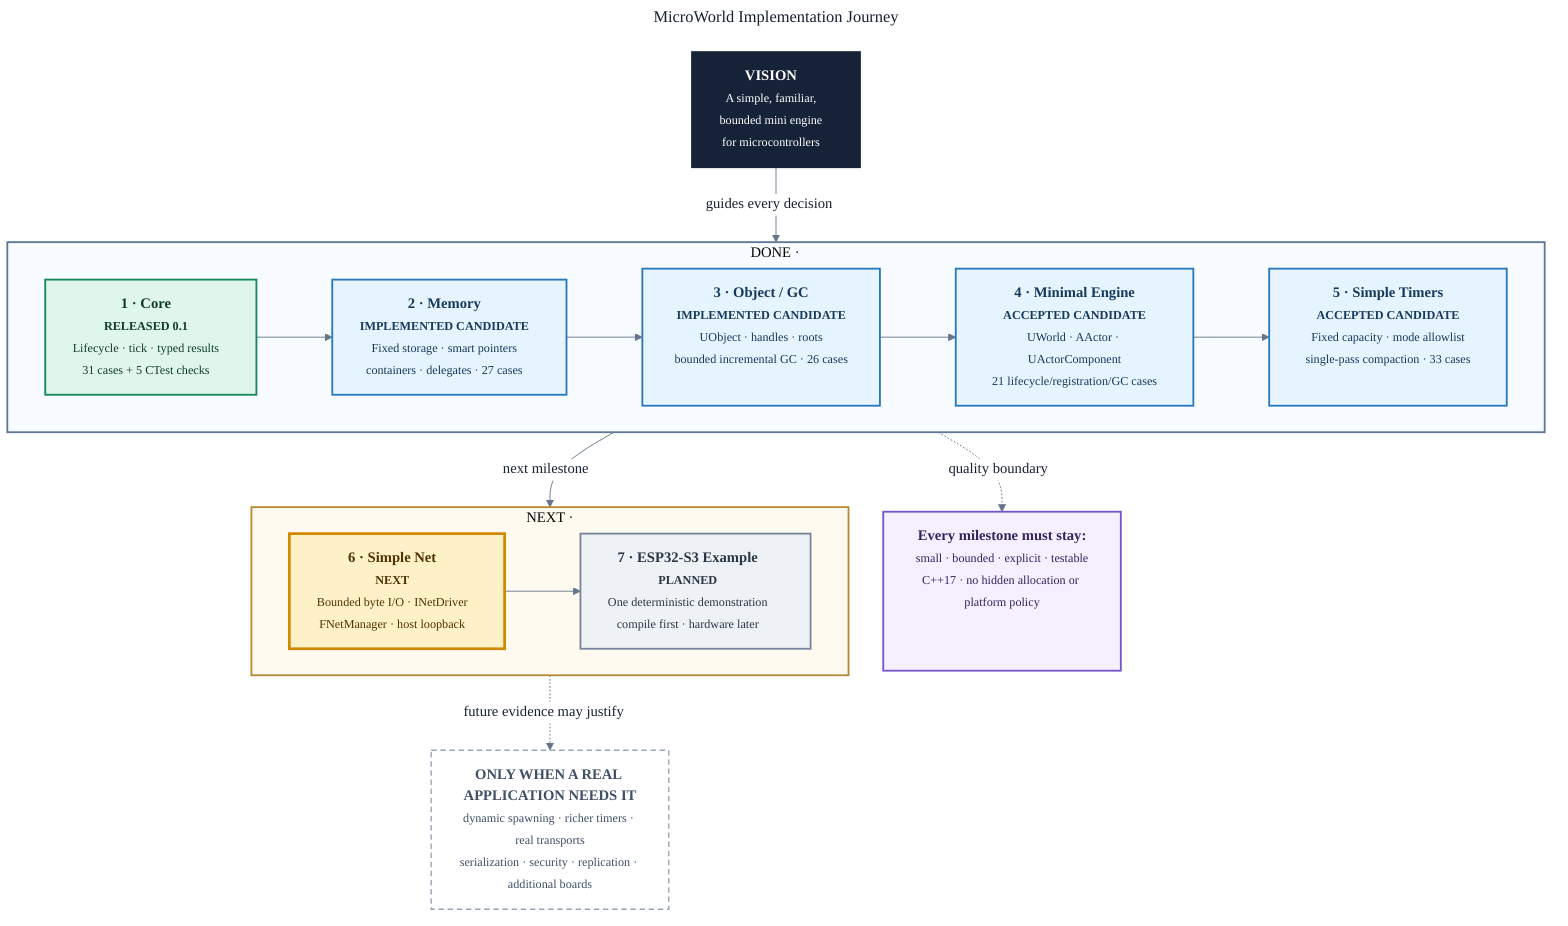
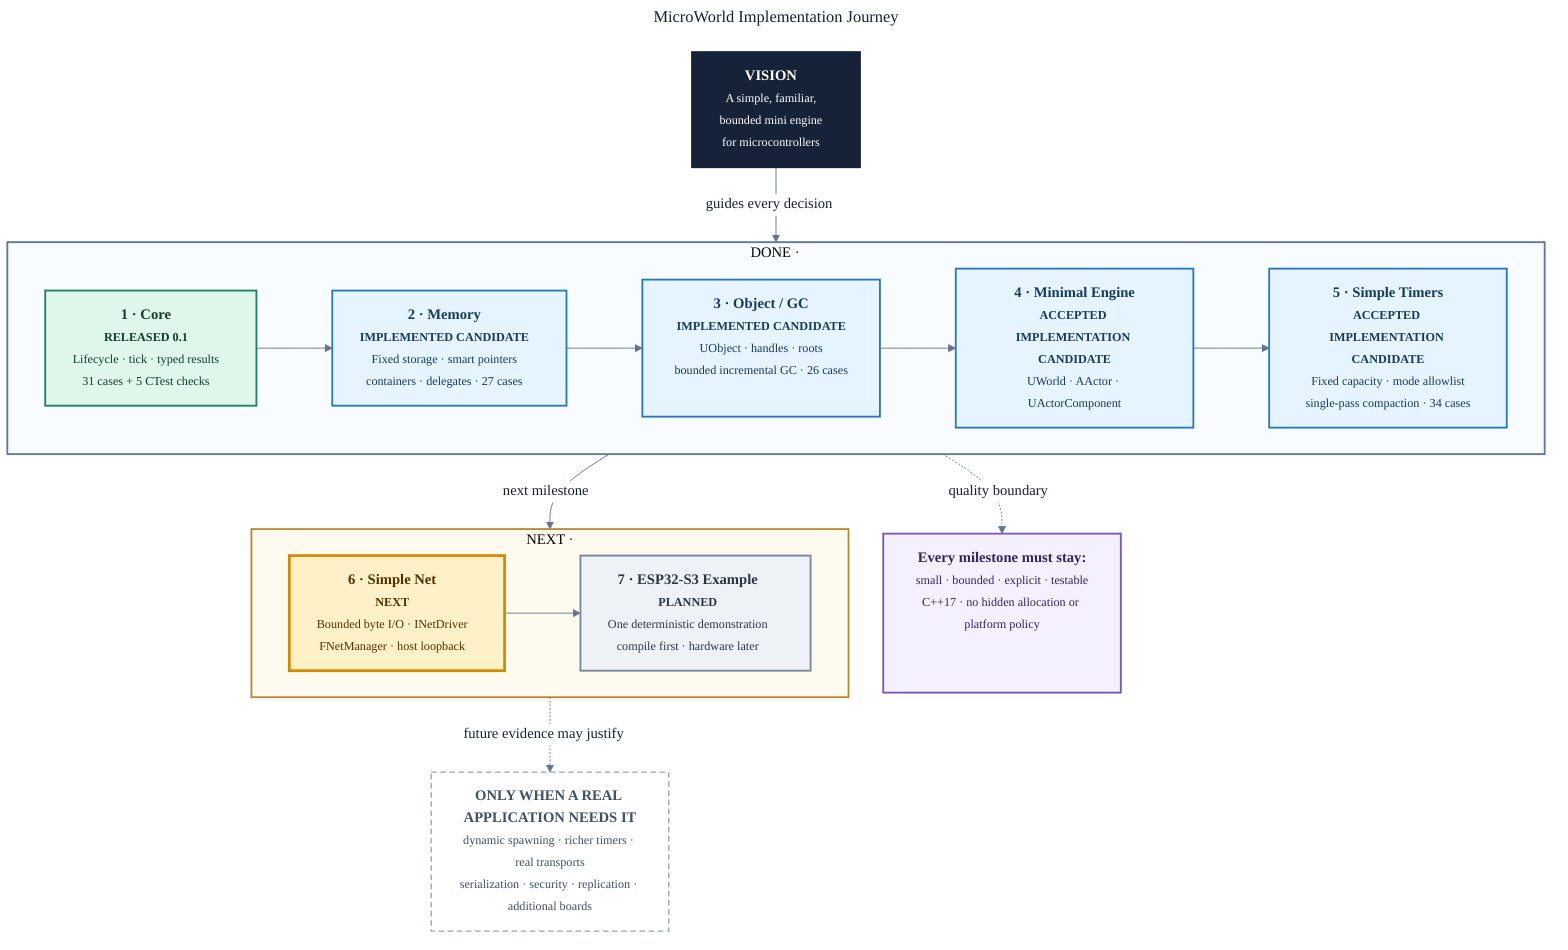
---
title: MicroWorld Implementation Journey
---
%%{init: {
  "theme": "base",
  "themeVariables": {
    "fontFamily": "Segoe UI, Arial, sans-serif",
    "primaryTextColor": "#172033",
    "lineColor": "#65758b",
    "edgeLabelBackground": "#ffffff"
  },
  "flowchart": {
    "htmlLabels": true,
    "curve": "basis",
    "nodeSpacing": 38,
    "rankSpacing": 58
  }
}}%%
flowchart TB
    VISION["<b>VISION</b><br/><small>A simple, familiar,<br/>bounded mini engine<br/>for microcontrollers</small>"]

    subgraph VERIFIED["DONE ·"]
        direction LR
        CORE["<b>1 · Core</b><br/><small><b>RELEASED 0.1</b><br/>Lifecycle · tick · typed results<br/>31 cases + 5 CTest checks</small>"]
        MEMORY["<b>2 · Memory</b><br/><small><b>IMPLEMENTED CANDIDATE</b><br/>Fixed storage · smart pointers<br/>containers · delegates · 27 cases</small>"]
        OBJECT["<b>3 · Object / GC</b><br/><small><b>IMPLEMENTED CANDIDATE</b><br/>UObject · handles · roots<br/>bounded incremental GC · 26 cases</small>"]
-         ENGINE["<b>4 · Minimal Engine</b><br/><small><b>ACCEPTED CANDIDATE</b><br/>UWorld · AActor · UActorComponent<br/>21 lifecycle/registration/GC cases</small>"]
-         TIMERS["<b>5 · Simple Timers</b><br/><small><b>ACCEPTED CANDIDATE</b><br/>Fixed capacity · mode allowlist<br/>single-pass compaction · 33 cases</small>"]
+         ENGINE["<b>4 · Minimal Engine</b><br/><small><b>ACCEPTED IMPLEMENTATION CANDIDATE</b><br/>UWorld · AActor · UActorComponent<br/>21 lifecycle/registration/GC cases</small>"]
+         TIMERS["<b>5 · Simple Timers</b><br/><small><b>ACCEPTED IMPLEMENTATION CANDIDATE</b><br/>Fixed capacity · mode allowlist<br/>single-pass compaction · 34 cases</small>"]

        CORE --> MEMORY --> OBJECT --> ENGINE --> TIMERS
    end

    subgraph DELIVERY["NEXT ·"]
        direction LR
        NET["<b>6 · Simple Net</b><br/><small><b>NEXT</b><br/>Bounded byte I/O · INetDriver<br/>FNetManager · host loopback</small>"]
        EXAMPLE["<b>7 · ESP32-S3 Example</b><br/><small><b>PLANNED</b><br/>One deterministic demonstration<br/>compile first · hardware later</small>"]

        NET --> EXAMPLE
    end

    VISION -->|"guides every decision"| CORE
    TIMERS -->|"next milestone"| NET

    ACCEPT["<b>Every milestone must stay:</b><br/><small>small · bounded · explicit · testable<br/>C++17 · no hidden allocation or platform policy</small>"]
    ENGINE -. "quality boundary" .-> ACCEPT

    LATER["<b>ONLY WHEN A REAL APPLICATION NEEDS IT</b><br/><small>dynamic spawning · richer timers · real transports<br/>serialization · security · replication · additional boards</small>"]
    EXAMPLE -. "future evidence may justify" .-> LATER

    classDef vision fill:#152238,stroke:#152238,color:#ffffff,stroke-width:2px;
    classDef released fill:#dff7ea,stroke:#16875b,color:#113c2d,stroke-width:2px;
    classDef candidate fill:#e6f4ff,stroke:#2878bd,color:#163a5c,stroke-width:2px;
    classDef next fill:#fff1c7,stroke:#d18a00,color:#503200,stroke-width:3px;
    classDef planned fill:#eef1f5,stroke:#77869a,color:#2b3645,stroke-width:2px;
    classDef principle fill:#f5f0ff,stroke:#7655c7,color:#35245f,stroke-width:2px;
    classDef later fill:#ffffff,stroke:#98a5b5,color:#405066,stroke-width:1.5px,stroke-dasharray: 6 4;

    class VISION vision;
    class CORE released;
    class MEMORY,OBJECT,ENGINE,TIMERS candidate;
    class NET next;
    class EXAMPLE planned;
    class ACCEPT principle;
    class LATER later;

    style VERIFIED fill:#f8fbff,stroke:#5f7898,stroke-width:2px
    style DELIVERY fill:#fffaf0,stroke:#b78a32,stroke-width:2px
